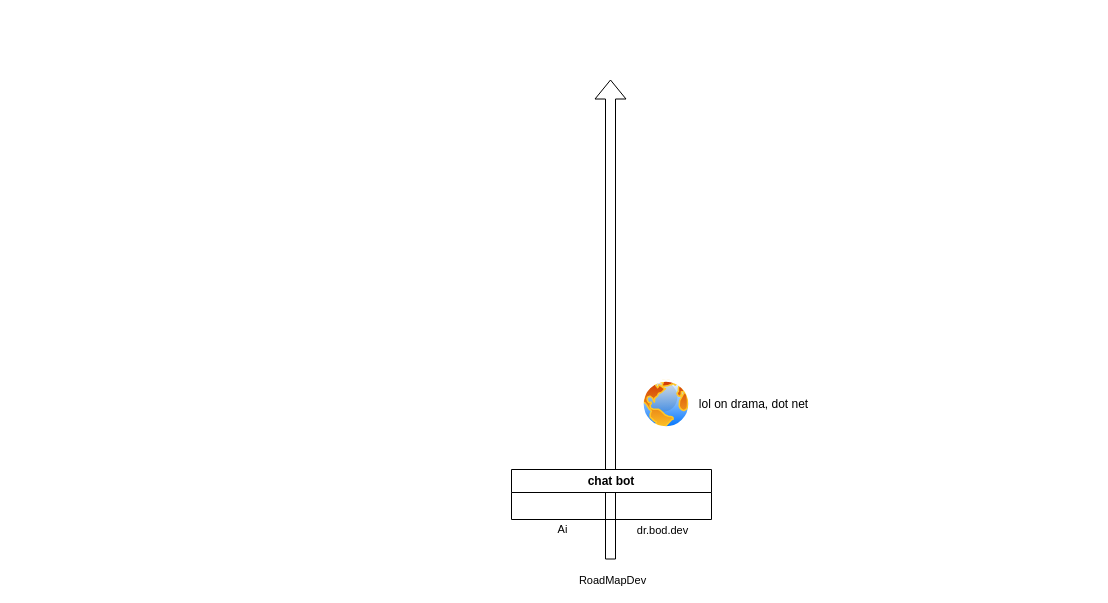
The draw.io diagram bd.drawio in lolland/lol, before the edit. Source tidied: cells renumbered, new cells numbered last; positions are measured from the earlier drawing's top-left corner, leaving out a move shared by most shapes. Both pictures are drawn from the tidied source at 100%, with x=0, y=0 at pixel (511, 79).
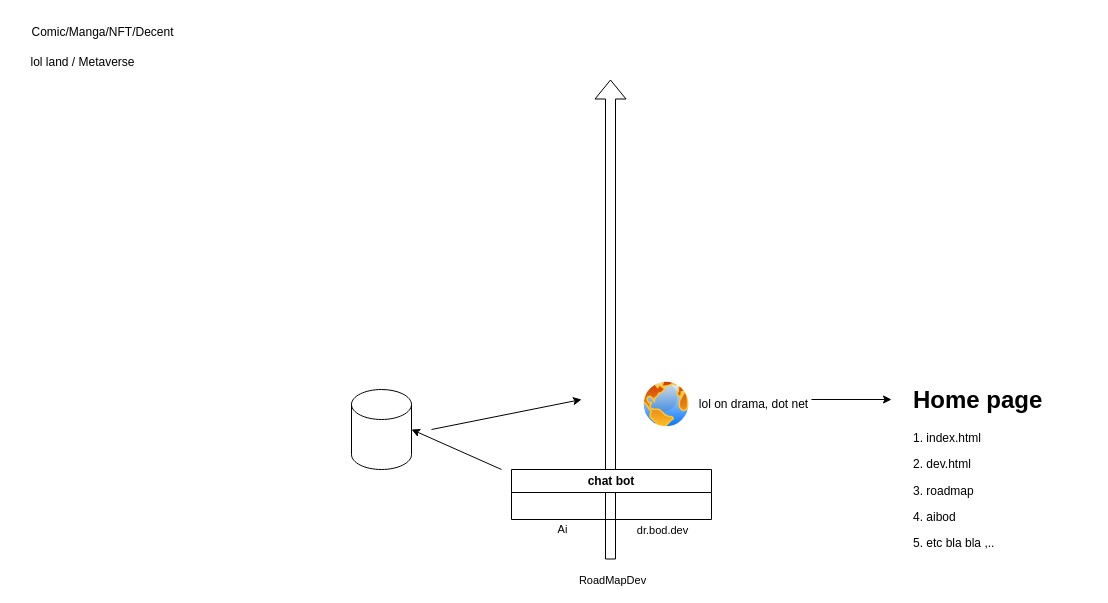
After the change.

Unchanged cells that the change refers to:
```xml
<mxCell id="8" value="lol on drama, dot net" style="text;html=1;align=center;verticalAlign=middle;points=[];strokeColor=none;fillColor=none;" parent="1" vertex="1">
  <mxGeometry x="177" y="310" width="130" height="30" as="geometry" />
</mxCell>
```

Diff of the diagram source:
```diff
@@
+    <mxCell id="9" style="shape=cylinder3;whiteSpace=wrap;html=1;boundedLbl=1;backgroundOutline=1;size=15;" parent="1" vertex="1">
+      <mxGeometry x="-160" y="310" width="60" height="80" as="geometry" />
+    </mxCell>
+    <mxCell id="10" style="endArrow=classic;html=1;rounded=0;entryX=1;entryY=0.5;entryDx=0;entryDy=0;entryPerimeter=0;" parent="1" edge="1" target="9">
+      <mxGeometry relative="1" as="geometry">
+        <mxPoint x="-10" y="390" as="sourcePoint" />
+      </mxGeometry>
+    </mxCell>
+    <mxCell id="11" style="endArrow=classic;html=1;rounded=0;" parent="1" edge="1">
+      <mxGeometry relative="1" as="geometry">
+        <mxPoint x="-80" y="350" as="sourcePoint" />
+        <mxPoint x="70" y="320" as="targetPoint" />
+      </mxGeometry>
+    </mxCell>
+    <mxCell id="12" value="&lt;h1 style=&quot;margin-top: 0px;&quot;&gt;Home page&lt;/h1&gt;&lt;p&gt;1. index.html&lt;/p&gt;&lt;p&gt;2. dev.html&lt;/p&gt;&lt;p&gt;3. roadmap&lt;/p&gt;&lt;p&gt;4. aibod&lt;/p&gt;&lt;p&gt;5. etc bla bla ,..&lt;/p&gt;" style="text;html=1;whiteSpace=wrap;overflow=hidden;rounded=0;" parent="1" vertex="1">
+      <mxGeometry x="400" y="300" width="180" height="200" as="geometry" />
+    </mxCell>
+    <mxCell id="13" style="endArrow=classic;html=1;rounded=0;exitX=0.946;exitY=0.333;exitDx=0;exitDy=0;exitPerimeter=0;" parent="1" edge="1" source="8">
+      <mxGeometry relative="1" as="geometry">
+        <mxPoint x="380" y="320" as="targetPoint" />
+      </mxGeometry>
+    </mxCell>
+    <mxCell id="14" value="Comic/Manga/NFT/Decent" style="text;html=1;align=center;verticalAlign=middle;strokeColor=none;fillColor=none;" parent="1" vertex="1">
+      <mxGeometry x="-494" y="-62" width="170" height="30" as="geometry" />
+    </mxCell>
+    <mxCell id="15" value="lol land / Metaverse" style="text;html=1;align=center;verticalAlign=middle;strokeColor=none;fillColor=none;" parent="1" vertex="1">
+      <mxGeometry x="-494" y="-32" width="130" height="30" as="geometry" />
+    </mxCell>
```
